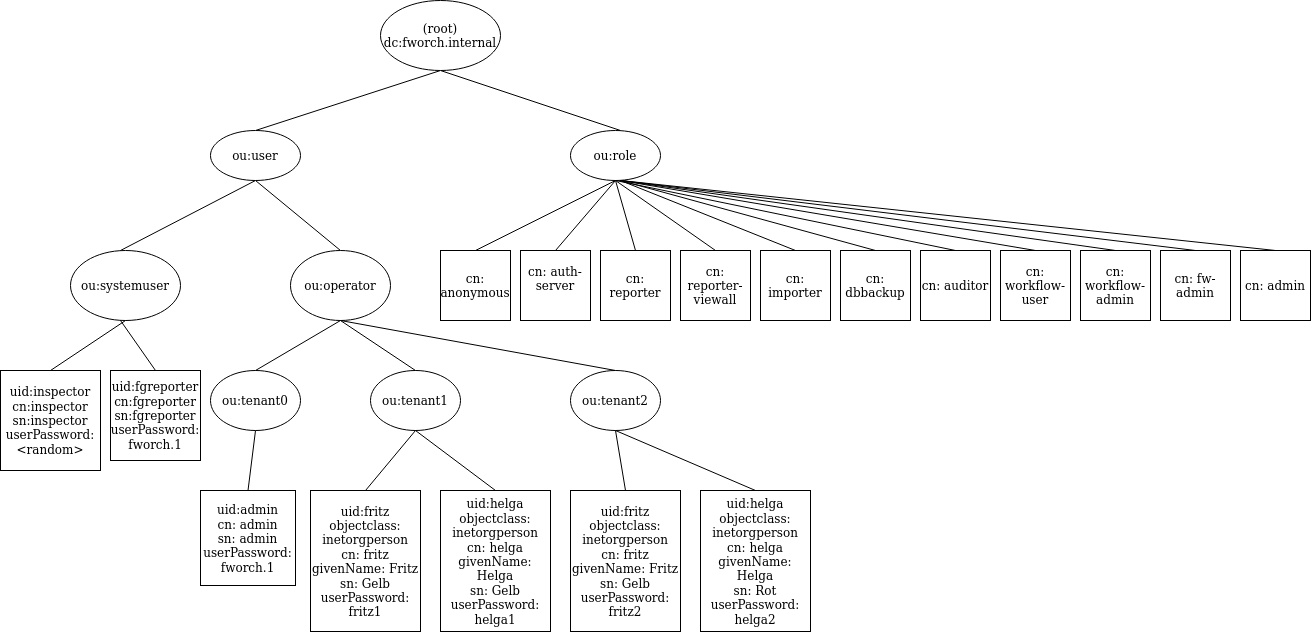
This is documentation/auth/ldap_structure.png from CactuseSecurity/firewall-orchestrator, a draw.io export, as it was before one commit. Source tidied: cells renumbered, new cells last; positions are measured from the earlier drawing's top-left corner, leaving out a move shared by most shapes.
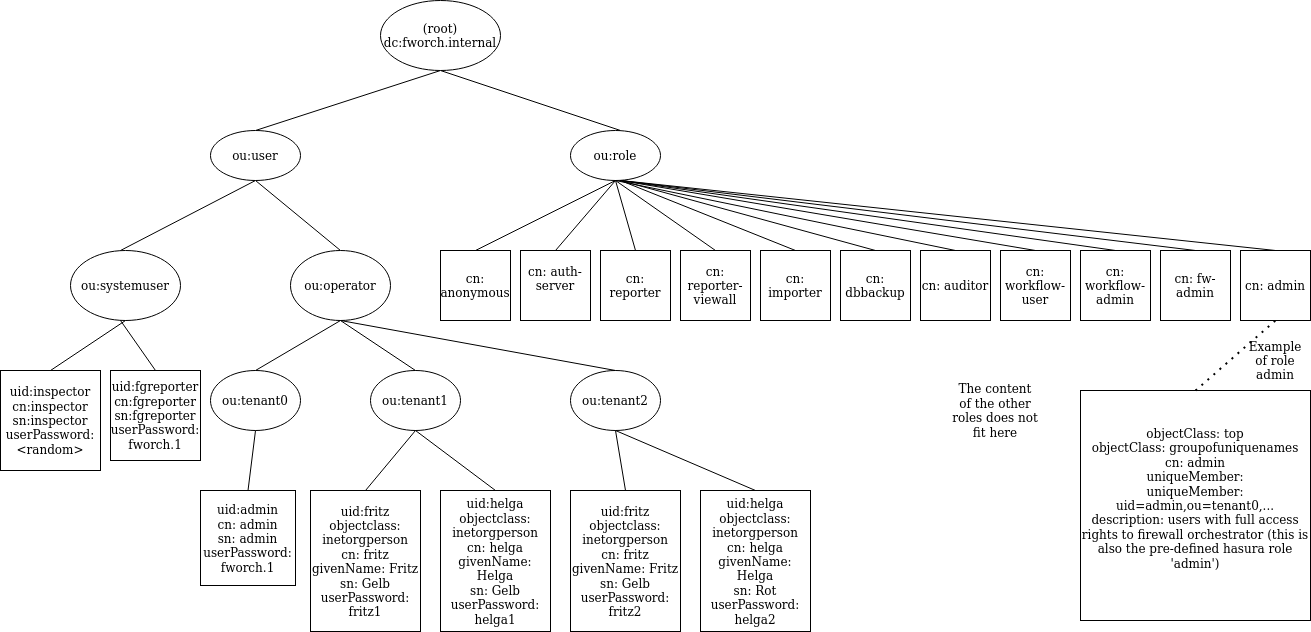
After the change.

What changed in the source:
```diff
@@ -182,5 +182,17 @@
         <mxPoint x="620" y="180" as="targetPoint" />
       </mxGeometry>
     </mxCell>
+    <mxCell id="53" value="objectClass: top&lt;div&gt;objectClass: groupofuniquenames&lt;/div&gt;&lt;div&gt;cn: admin&lt;/div&gt;&lt;div&gt;uniqueMember:&lt;/div&gt;&lt;div&gt;uniqueMember: uid=admin,ou=tenant0,...&lt;/div&gt;&lt;div&gt;description: users with full access rights to firewall orchestrator (this is also the pre-defined hasura role 'admin')&lt;/div&gt;&lt;div&gt;&lt;br&gt;&lt;/div&gt;" style="whiteSpace=wrap;html=1;" parent="1" vertex="1">
+      <mxGeometry x="1080" y="390" width="230" height="230" as="geometry" />
+    </mxCell>
+    <mxCell id="54" style="endArrow=none;dashed=1;html=1;dashPattern=1 3;strokeWidth=2;entryX=0.5;entryY=1;entryDx=0;entryDy=0;exitX=0.5;exitY=0;exitDx=0;exitDy=0;" parent="1" edge="1" source="53" target="42">
+      <mxGeometry relative="1" as="geometry" />
+    </mxCell>
+    <mxCell id="55" value="Example of role admin" style="text;html=1;strokeColor=none;fillColor=none;align=center;verticalAlign=middle;whiteSpace=wrap;rounded=0;" parent="1" vertex="1">
+      <mxGeometry x="1255" y="350" width="40" height="20" as="geometry" />
+    </mxCell>
+    <mxCell id="56" value="The content of the other roles does not fit here" style="text;html=1;strokeColor=none;fillColor=none;align=center;verticalAlign=middle;whiteSpace=wrap;rounded=0;" parent="1" vertex="1">
+      <mxGeometry x="950" y="400" width="90" height="20" as="geometry" />
+    </mxCell>
   </root>
 </mxGraphModel>
```
